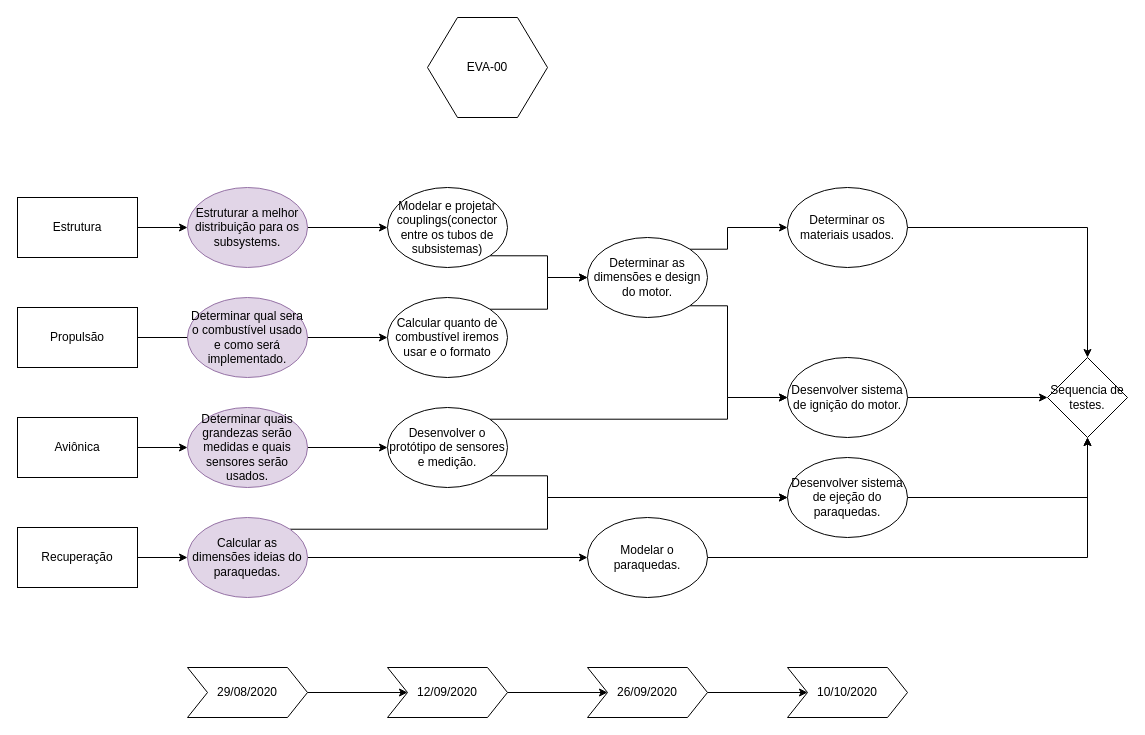
Above: eva-00.drawio in freedxmgxd/Evangelion-Unidade-00 (draw.io), before the change. Source tidied: cells renumbered, new cells numbered last; positions are measured from the earlier drawing's top-left corner, leaving out a move shared by most shapes. Both pictures are drawn from the tidied source at 100%, with x=0, y=0 at pixel (17, 17).
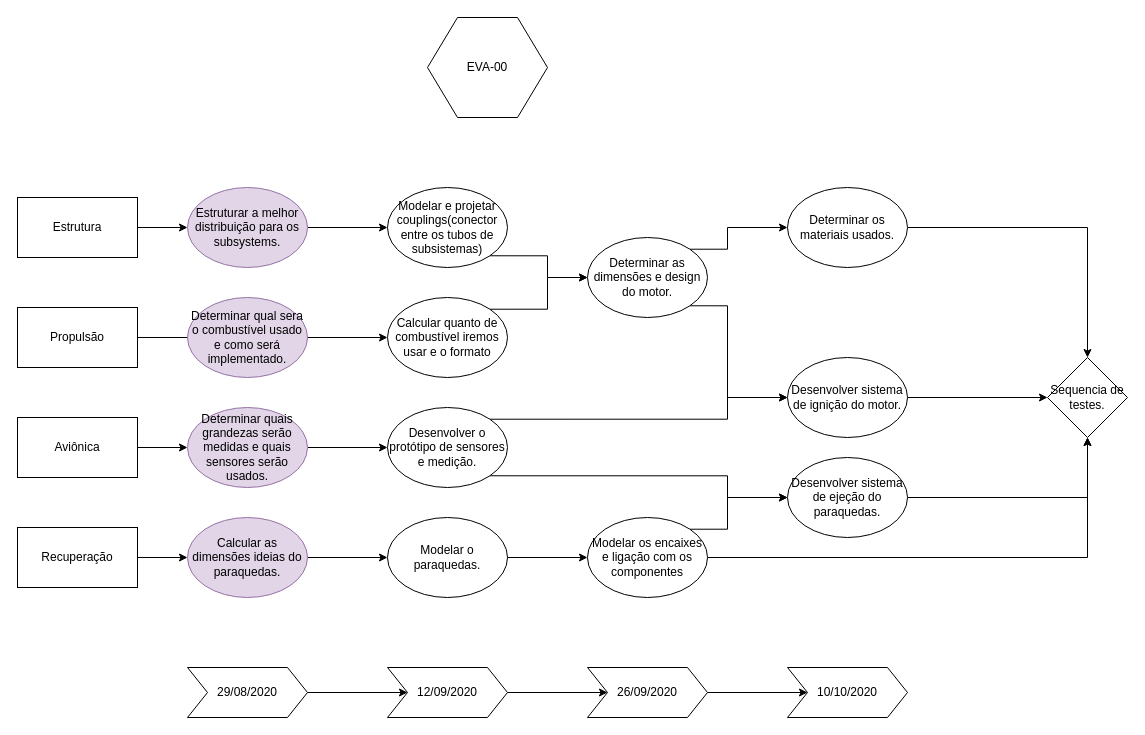
The same page after the edit.

Unchanged cells that the change refers to:
```xml
<mxCell id="13" value="Calcular as dimensões ideias do paraquedas." style="ellipse;whiteSpace=wrap;html=1;fillColor=#e1d5e7;strokeColor=#9673a6;" parent="1" vertex="1">
  <mxGeometry x="170" y="500" width="120" height="80" as="geometry" />
</mxCell>
<mxCell id="17" value="Desenvolver sistema de ejeção do paraquedas." style="ellipse;whiteSpace=wrap;html=1;" parent="1" vertex="1">
  <mxGeometry x="770" y="440" width="120" height="80" as="geometry" />
</mxCell>
<mxCell id="30" value="Sequencia de testes." style="rhombus;whiteSpace=wrap;html=1;" parent="1" vertex="1">
  <mxGeometry x="1030" y="340" width="80" height="80" as="geometry" />
</mxCell>
<mxCell id="37" value="Desenvolver o protótipo de sensores e medição." style="ellipse;whiteSpace=wrap;html=1;" parent="1" vertex="1">
  <mxGeometry x="370" y="390" width="120" height="80" as="geometry" />
</mxCell>
```

The edit, as a diff of the source:
```diff
@@
-    <mxCell id="12" style="edgeStyle=orthogonalEdgeStyle;rounded=0;jettySize=auto;html=1;exitX=1;exitY=0;exitDx=0;exitDy=0;entryX=0;entryY=0.5;entryDx=0;entryDy=0;" parent="1" edge="1" source="13" target="17">
-      <mxGeometry relative="1" as="geometry">
-        <Array as="points">
-          <mxPoint x="530" y="512" />
-          <mxPoint x="530" y="480" />
-        </Array>
-      </mxGeometry>
-    </mxCell>
@@
-    <mxCell id="31" style="edgeStyle=orthogonalEdgeStyle;rounded=0;jettySize=auto;html=1;exitX=1;exitY=0.5;exitDx=0;exitDy=0;entryX=0.5;entryY=1;entryDx=0;entryDy=0;" parent="1" edge="1" source="32" target="30">
+    <mxCell id="31" style="edgeStyle=orthogonalEdgeStyle;rounded=0;jettySize=auto;html=1;exitX=1;exitY=0.5;exitDx=0;exitDy=0;entryX=0.5;entryY=1;entryDx=0;entryDy=0;" parent="1" edge="1" source="46" target="30">
       <mxGeometry relative="1" as="geometry" />
     </mxCell>
     <mxCell id="32" value="Modelar o paraquedas." style="ellipse;whiteSpace=wrap;html=1;" parent="1" vertex="1">
-      <mxGeometry x="570" y="500" width="120" height="80" as="geometry" />
+      <mxGeometry x="370" y="500" width="120" height="80" as="geometry" />
     </mxCell>
@@
     <mxCell id="36" style="edgeStyle=orthogonalEdgeStyle;rounded=0;jettySize=auto;html=1;exitX=1;exitY=1;exitDx=0;exitDy=0;" parent="1" edge="1" source="37" target="17">
       <mxGeometry relative="1" as="geometry">
         <Array as="points">
-          <mxPoint x="530" y="458" />
-          <mxPoint x="530" y="480" />
+          <mxPoint x="710" y="458" />
+          <mxPoint x="710" y="480" />
         </Array>
       </mxGeometry>
     </mxCell>
@@
+    <mxCell id="45" style="edgeStyle=orthogonalEdgeStyle;rounded=0;jettySize=auto;html=1;exitX=1;exitY=0;exitDx=0;exitDy=0;entryX=0;entryY=0.5;entryDx=0;entryDy=0;" parent="1" edge="1" source="46" target="17">
+      <mxGeometry relative="1" as="geometry">
+        <Array as="points">
+          <mxPoint x="710" y="512" />
+          <mxPoint x="710" y="480" />
+        </Array>
+      </mxGeometry>
+    </mxCell>
+    <mxCell id="46" value="Modelar os encaixes e ligação com os componentes" style="ellipse;whiteSpace=wrap;html=1;" parent="1" vertex="1">
+      <mxGeometry x="570" y="500" width="120" height="80" as="geometry" />
+    </mxCell>
+    <mxCell id="47" style="edgeStyle=orthogonalEdgeStyle;rounded=0;jettySize=auto;html=1;exitX=1;exitY=0.5;exitDx=0;exitDy=0;entryX=0;entryY=0.5;entryDx=0;entryDy=0;" parent="1" edge="1" source="32" target="46">
+      <mxGeometry relative="1" as="geometry" />
+    </mxCell>
```
